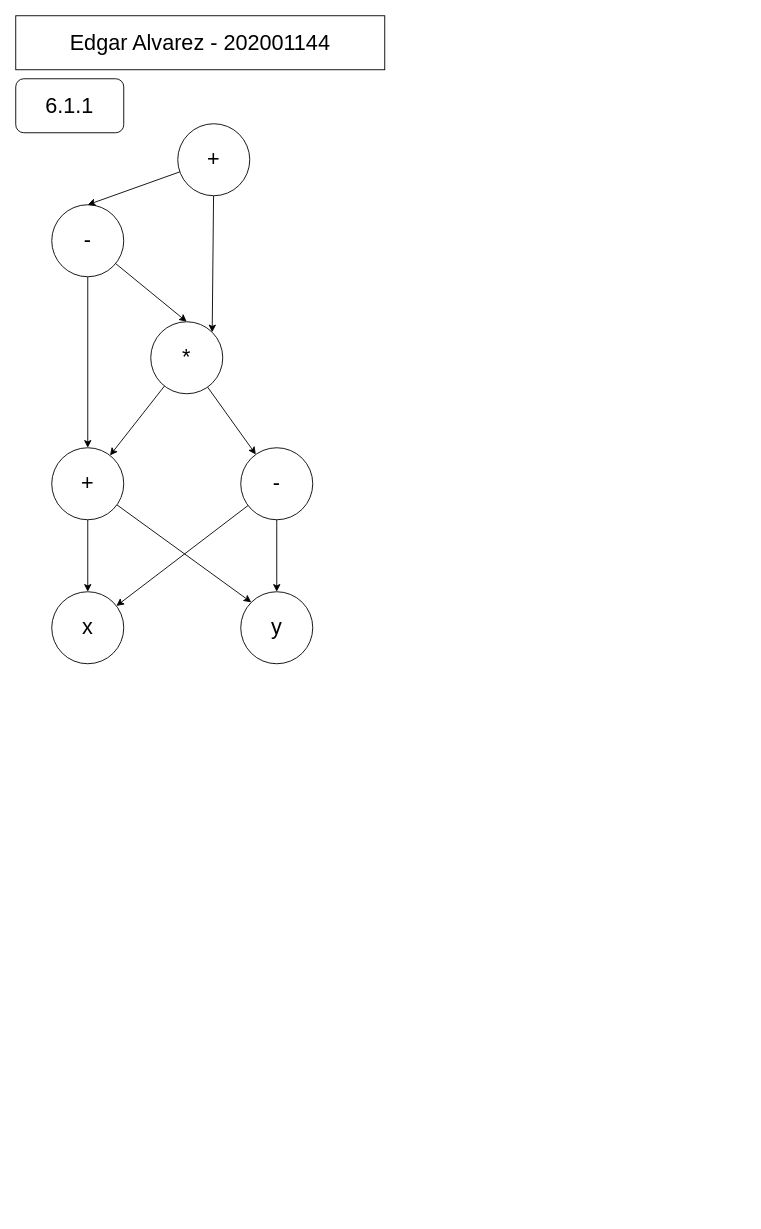
EdgarAlvarez-ROL/Drawio_Docs keeps this draw.io diagram as Compi2/DGA.drawio. Above is the earlier version. Source tidied: cells renumbered, new cells numbered last; positions are measured from the earlier drawing's top-left corner, leaving out a move shared by most shapes. Both pictures are drawn from the tidied source at 90%, with x=0, y=0 at pixel (15, 15).
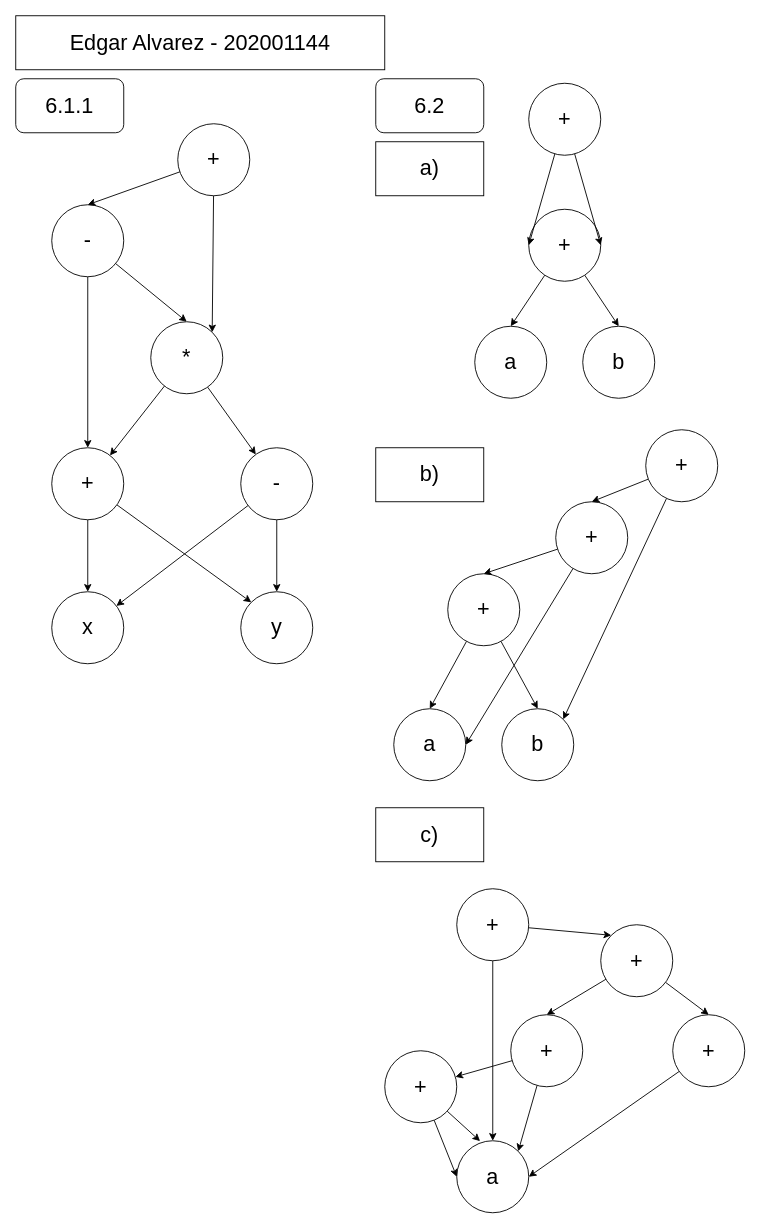
The same page after the edit.

Diff of the diagram source:
```diff
@@
+    <mxCell id="21" value="6.2" style="rounded=1;whiteSpace=wrap;html=1;strokeColor=default;align=center;verticalAlign=middle;fontFamily=Helvetica;fontSize=24;fontColor=default;labelBackgroundColor=default;fillColor=default;" parent="1" vertex="1">
+      <mxGeometry x="400" y="70" width="120" height="60" as="geometry" />
+    </mxCell>
+    <mxCell id="22" value="a)" style="rounded=0;whiteSpace=wrap;html=1;strokeColor=default;align=center;verticalAlign=middle;fontFamily=Helvetica;fontSize=24;fontColor=default;labelBackgroundColor=default;fillColor=default;" parent="1" vertex="1">
+      <mxGeometry x="400" y="140" width="120" height="60" as="geometry" />
+    </mxCell>
+    <mxCell id="23" style="edgeStyle=none;rounded=0;jettySize=auto;html=1;entryX=0.5;entryY=0;entryDx=0;entryDy=0;strokeColor=default;align=center;verticalAlign=middle;fontFamily=Helvetica;fontSize=24;fontColor=default;labelBackgroundColor=default;endArrow=classic;" parent="1" edge="1" source="25" target="26">
+      <mxGeometry relative="1" as="geometry" />
+    </mxCell>
+    <mxCell id="24" style="edgeStyle=none;rounded=0;jettySize=auto;html=1;entryX=0.5;entryY=0;entryDx=0;entryDy=0;strokeColor=default;align=center;verticalAlign=middle;fontFamily=Helvetica;fontSize=24;fontColor=default;labelBackgroundColor=default;endArrow=classic;" parent="1" edge="1" source="25" target="27">
+      <mxGeometry relative="1" as="geometry" />
+    </mxCell>
+    <mxCell id="25" value="+" style="ellipse;whiteSpace=wrap;html=1;strokeColor=default;align=center;verticalAlign=middle;fontFamily=Helvetica;fontSize=24;fontColor=default;labelBackgroundColor=default;fillColor=default;" parent="1" vertex="1">
+      <mxGeometry x="570" y="215" width="80" height="80" as="geometry" />
+    </mxCell>
+    <mxCell id="26" value="a" style="ellipse;whiteSpace=wrap;html=1;strokeColor=default;align=center;verticalAlign=middle;fontFamily=Helvetica;fontSize=24;fontColor=default;labelBackgroundColor=default;fillColor=default;" parent="1" vertex="1">
+      <mxGeometry x="510" y="345" width="80" height="80" as="geometry" />
+    </mxCell>
+    <mxCell id="27" value="b" style="ellipse;whiteSpace=wrap;html=1;strokeColor=default;align=center;verticalAlign=middle;fontFamily=Helvetica;fontSize=24;fontColor=default;labelBackgroundColor=default;fillColor=default;" parent="1" vertex="1">
+      <mxGeometry x="630" y="345" width="80" height="80" as="geometry" />
+    </mxCell>
+    <mxCell id="28" style="edgeStyle=none;rounded=0;jettySize=auto;html=1;entryX=0;entryY=0.5;entryDx=0;entryDy=0;strokeColor=default;align=center;verticalAlign=middle;fontFamily=Helvetica;fontSize=24;fontColor=default;labelBackgroundColor=default;endArrow=classic;" parent="1" edge="1" source="30" target="25">
+      <mxGeometry relative="1" as="geometry" />
+    </mxCell>
+    <mxCell id="29" style="edgeStyle=none;rounded=0;jettySize=auto;html=1;entryX=1;entryY=0.5;entryDx=0;entryDy=0;strokeColor=default;align=center;verticalAlign=middle;fontFamily=Helvetica;fontSize=24;fontColor=default;labelBackgroundColor=default;endArrow=classic;" parent="1" edge="1" source="30" target="25">
+      <mxGeometry relative="1" as="geometry" />
+    </mxCell>
+    <mxCell id="30" value="+" style="ellipse;whiteSpace=wrap;html=1;strokeColor=default;align=center;verticalAlign=middle;fontFamily=Helvetica;fontSize=24;fontColor=default;labelBackgroundColor=default;fillColor=default;" parent="1" vertex="1">
+      <mxGeometry x="570" y="75" width="80" height="80" as="geometry" />
+    </mxCell>
+    <mxCell id="31" value="b)" style="rounded=0;whiteSpace=wrap;html=1;strokeColor=default;align=center;verticalAlign=middle;fontFamily=Helvetica;fontSize=24;fontColor=default;labelBackgroundColor=default;fillColor=default;" parent="1" vertex="1">
+      <mxGeometry x="400" y="480" width="120" height="60" as="geometry" />
+    </mxCell>
+    <mxCell id="32" value="a" style="ellipse;whiteSpace=wrap;html=1;strokeColor=default;align=center;verticalAlign=middle;fontFamily=Helvetica;fontSize=24;fontColor=default;labelBackgroundColor=default;fillColor=default;" parent="1" vertex="1">
+      <mxGeometry x="420" y="770" width="80" height="80" as="geometry" />
+    </mxCell>
+    <mxCell id="33" value="b" style="ellipse;whiteSpace=wrap;html=1;strokeColor=default;align=center;verticalAlign=middle;fontFamily=Helvetica;fontSize=24;fontColor=default;labelBackgroundColor=default;fillColor=default;" parent="1" vertex="1">
+      <mxGeometry x="540" y="770" width="80" height="80" as="geometry" />
+    </mxCell>
+    <mxCell id="34" style="edgeStyle=none;rounded=0;jettySize=auto;html=1;entryX=0.5;entryY=0;entryDx=0;entryDy=0;strokeColor=default;align=center;verticalAlign=middle;fontFamily=Helvetica;fontSize=24;fontColor=default;labelBackgroundColor=default;endArrow=classic;" parent="1" edge="1" source="36" target="32">
+      <mxGeometry relative="1" as="geometry" />
+    </mxCell>
+    <mxCell id="35" style="edgeStyle=none;rounded=0;jettySize=auto;html=1;entryX=0.5;entryY=0;entryDx=0;entryDy=0;strokeColor=default;align=center;verticalAlign=middle;fontFamily=Helvetica;fontSize=24;fontColor=default;labelBackgroundColor=default;endArrow=classic;" parent="1" edge="1" source="36" target="33">
+      <mxGeometry relative="1" as="geometry" />
+    </mxCell>
+    <mxCell id="36" value="+" style="ellipse;whiteSpace=wrap;html=1;strokeColor=default;align=center;verticalAlign=middle;fontFamily=Helvetica;fontSize=24;fontColor=default;labelBackgroundColor=default;fillColor=default;" parent="1" vertex="1">
+      <mxGeometry x="480" y="620" width="80" height="80" as="geometry" />
+    </mxCell>
+    <mxCell id="37" style="edgeStyle=none;rounded=0;jettySize=auto;html=1;entryX=0.5;entryY=0;entryDx=0;entryDy=0;strokeColor=default;align=center;verticalAlign=middle;fontFamily=Helvetica;fontSize=24;fontColor=default;labelBackgroundColor=default;endArrow=classic;" parent="1" edge="1" source="39" target="36">
+      <mxGeometry relative="1" as="geometry" />
+    </mxCell>
+    <mxCell id="38" style="edgeStyle=none;rounded=0;jettySize=auto;html=1;strokeColor=default;align=center;verticalAlign=middle;fontFamily=Helvetica;fontSize=24;fontColor=default;labelBackgroundColor=default;endArrow=classic;entryX=1;entryY=0.5;entryDx=0;entryDy=0;" parent="1" edge="1" source="39" target="32">
+      <mxGeometry relative="1" as="geometry" />
+    </mxCell>
+    <mxCell id="39" value="+" style="ellipse;whiteSpace=wrap;html=1;strokeColor=default;align=center;verticalAlign=middle;fontFamily=Helvetica;fontSize=24;fontColor=default;labelBackgroundColor=default;fillColor=default;" parent="1" vertex="1">
+      <mxGeometry x="600" y="540" width="80" height="80" as="geometry" />
+    </mxCell>
+    <mxCell id="40" style="edgeStyle=none;rounded=0;jettySize=auto;html=1;entryX=0.5;entryY=0;entryDx=0;entryDy=0;strokeColor=default;align=center;verticalAlign=middle;fontFamily=Helvetica;fontSize=24;fontColor=default;labelBackgroundColor=default;endArrow=classic;" parent="1" edge="1" source="42" target="39">
+      <mxGeometry relative="1" as="geometry" />
+    </mxCell>
+    <mxCell id="41" style="edgeStyle=none;rounded=0;jettySize=auto;html=1;entryX=1;entryY=0;entryDx=0;entryDy=0;strokeColor=default;align=center;verticalAlign=middle;fontFamily=Helvetica;fontSize=24;fontColor=default;labelBackgroundColor=default;endArrow=classic;" parent="1" edge="1" source="42" target="33">
+      <mxGeometry relative="1" as="geometry" />
+    </mxCell>
+    <mxCell id="42" value="+" style="ellipse;whiteSpace=wrap;html=1;strokeColor=default;align=center;verticalAlign=middle;fontFamily=Helvetica;fontSize=24;fontColor=default;labelBackgroundColor=default;fillColor=default;" parent="1" vertex="1">
+      <mxGeometry x="700" y="460" width="80" height="80" as="geometry" />
+    </mxCell>
+    <mxCell id="43" value="c)" style="rounded=0;whiteSpace=wrap;html=1;strokeColor=default;align=center;verticalAlign=middle;fontFamily=Helvetica;fontSize=24;fontColor=default;labelBackgroundColor=default;fillColor=default;" parent="1" vertex="1">
+      <mxGeometry x="400" y="880" width="120" height="60" as="geometry" />
+    </mxCell>
+    <mxCell id="44" value="a" style="ellipse;whiteSpace=wrap;html=1;strokeColor=default;align=center;verticalAlign=middle;fontFamily=Helvetica;fontSize=24;fontColor=default;labelBackgroundColor=default;fillColor=default;" parent="1" vertex="1">
+      <mxGeometry x="490" y="1250" width="80" height="80" as="geometry" />
+    </mxCell>
+    <mxCell id="45" style="edgeStyle=none;rounded=0;jettySize=auto;html=1;entryX=0;entryY=0.5;entryDx=0;entryDy=0;strokeColor=default;align=center;verticalAlign=middle;fontFamily=Helvetica;fontSize=24;fontColor=default;labelBackgroundColor=default;endArrow=classic;" parent="1" edge="1" source="47" target="44">
+      <mxGeometry relative="1" as="geometry" />
+    </mxCell>
+    <mxCell id="46" style="edgeStyle=none;rounded=0;jettySize=auto;html=1;entryX=0.324;entryY=0.005;entryDx=0;entryDy=0;strokeColor=default;align=center;verticalAlign=middle;fontFamily=Helvetica;fontSize=24;fontColor=default;labelBackgroundColor=default;endArrow=classic;entryPerimeter=0;" parent="1" edge="1" source="47" target="44">
+      <mxGeometry relative="1" as="geometry" />
+    </mxCell>
+    <mxCell id="47" value="+" style="ellipse;whiteSpace=wrap;html=1;strokeColor=default;align=center;verticalAlign=middle;fontFamily=Helvetica;fontSize=24;fontColor=default;labelBackgroundColor=default;fillColor=default;" parent="1" vertex="1">
+      <mxGeometry x="410" y="1150" width="80" height="80" as="geometry" />
+    </mxCell>
+    <mxCell id="48" style="edgeStyle=none;rounded=0;jettySize=auto;html=1;strokeColor=default;align=center;verticalAlign=middle;fontFamily=Helvetica;fontSize=24;fontColor=default;labelBackgroundColor=default;endArrow=classic;" parent="1" edge="1" source="50" target="47">
+      <mxGeometry relative="1" as="geometry" />
+    </mxCell>
+    <mxCell id="49" style="edgeStyle=none;rounded=0;jettySize=auto;html=1;entryX=1;entryY=0;entryDx=0;entryDy=0;strokeColor=default;align=center;verticalAlign=middle;fontFamily=Helvetica;fontSize=24;fontColor=default;labelBackgroundColor=default;endArrow=classic;" parent="1" edge="1" source="50" target="44">
+      <mxGeometry relative="1" as="geometry" />
+    </mxCell>
+    <mxCell id="50" value="+" style="ellipse;whiteSpace=wrap;html=1;strokeColor=default;align=center;verticalAlign=middle;fontFamily=Helvetica;fontSize=24;fontColor=default;labelBackgroundColor=default;fillColor=default;" parent="1" vertex="1">
+      <mxGeometry x="550" y="1110" width="80" height="80" as="geometry" />
+    </mxCell>
+    <mxCell id="51" style="edgeStyle=none;rounded=0;jettySize=auto;html=1;entryX=0;entryY=0;entryDx=0;entryDy=0;strokeColor=default;align=center;verticalAlign=middle;fontFamily=Helvetica;fontSize=24;fontColor=default;labelBackgroundColor=default;endArrow=classic;" parent="1" edge="1" source="53" target="58">
+      <mxGeometry relative="1" as="geometry" />
+    </mxCell>
+    <mxCell id="52" style="edgeStyle=none;rounded=0;jettySize=auto;html=1;entryX=0.5;entryY=0;entryDx=0;entryDy=0;strokeColor=default;align=center;verticalAlign=middle;fontFamily=Helvetica;fontSize=24;fontColor=default;labelBackgroundColor=default;endArrow=classic;" parent="1" edge="1" source="53" target="44">
+      <mxGeometry relative="1" as="geometry" />
+    </mxCell>
+    <mxCell id="53" value="+" style="ellipse;whiteSpace=wrap;html=1;strokeColor=default;align=center;verticalAlign=middle;fontFamily=Helvetica;fontSize=24;fontColor=default;labelBackgroundColor=default;fillColor=default;" parent="1" vertex="1">
+      <mxGeometry x="490" y="970" width="80" height="80" as="geometry" />
+    </mxCell>
+    <mxCell id="54" style="edgeStyle=none;rounded=0;jettySize=auto;html=1;entryX=1;entryY=0.5;entryDx=0;entryDy=0;strokeColor=default;align=center;verticalAlign=middle;fontFamily=Helvetica;fontSize=24;fontColor=default;labelBackgroundColor=default;endArrow=classic;" parent="1" edge="1" source="55" target="44">
+      <mxGeometry relative="1" as="geometry" />
+    </mxCell>
+    <mxCell id="55" value="+" style="ellipse;whiteSpace=wrap;html=1;strokeColor=default;align=center;verticalAlign=middle;fontFamily=Helvetica;fontSize=24;fontColor=default;labelBackgroundColor=default;fillColor=default;" parent="1" vertex="1">
+      <mxGeometry x="730" y="1110" width="80" height="80" as="geometry" />
+    </mxCell>
+    <mxCell id="56" style="edgeStyle=none;rounded=0;jettySize=auto;html=1;entryX=0.5;entryY=0;entryDx=0;entryDy=0;strokeColor=default;align=center;verticalAlign=middle;fontFamily=Helvetica;fontSize=24;fontColor=default;labelBackgroundColor=default;endArrow=classic;" parent="1" edge="1" source="58" target="50">
+      <mxGeometry relative="1" as="geometry" />
+    </mxCell>
+    <mxCell id="57" style="edgeStyle=none;rounded=0;jettySize=auto;html=1;entryX=0.5;entryY=0;entryDx=0;entryDy=0;strokeColor=default;align=center;verticalAlign=middle;fontFamily=Helvetica;fontSize=24;fontColor=default;labelBackgroundColor=default;endArrow=classic;" parent="1" edge="1" source="58" target="55">
+      <mxGeometry relative="1" as="geometry" />
+    </mxCell>
+    <mxCell id="58" value="+" style="ellipse;whiteSpace=wrap;html=1;strokeColor=default;align=center;verticalAlign=middle;fontFamily=Helvetica;fontSize=24;fontColor=default;labelBackgroundColor=default;fillColor=default;" parent="1" vertex="1">
+      <mxGeometry x="650" y="1010" width="80" height="80" as="geometry" />
+    </mxCell>
```
